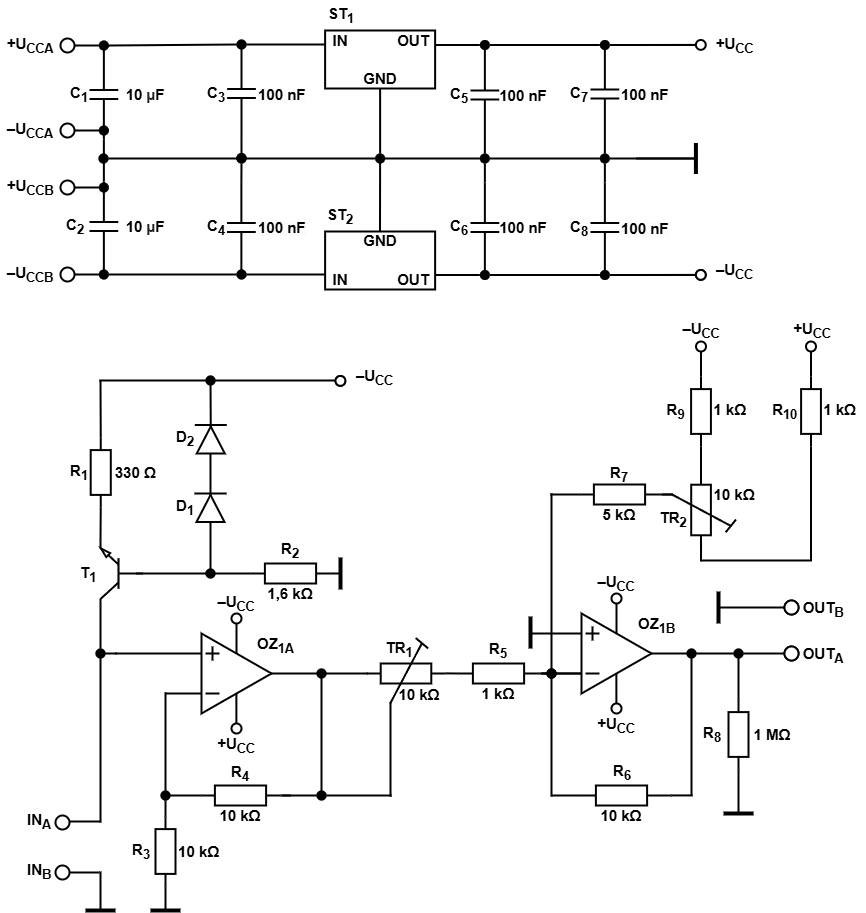
Before: PT100.drawio.png, a diagram exported from draw.io (MarosFandel/Digital-elektronics-1). Source tidied: cells renumbered, new cells last; positions are measured from the earlier drawing's top-left corner, leaving out a move shared by most shapes.
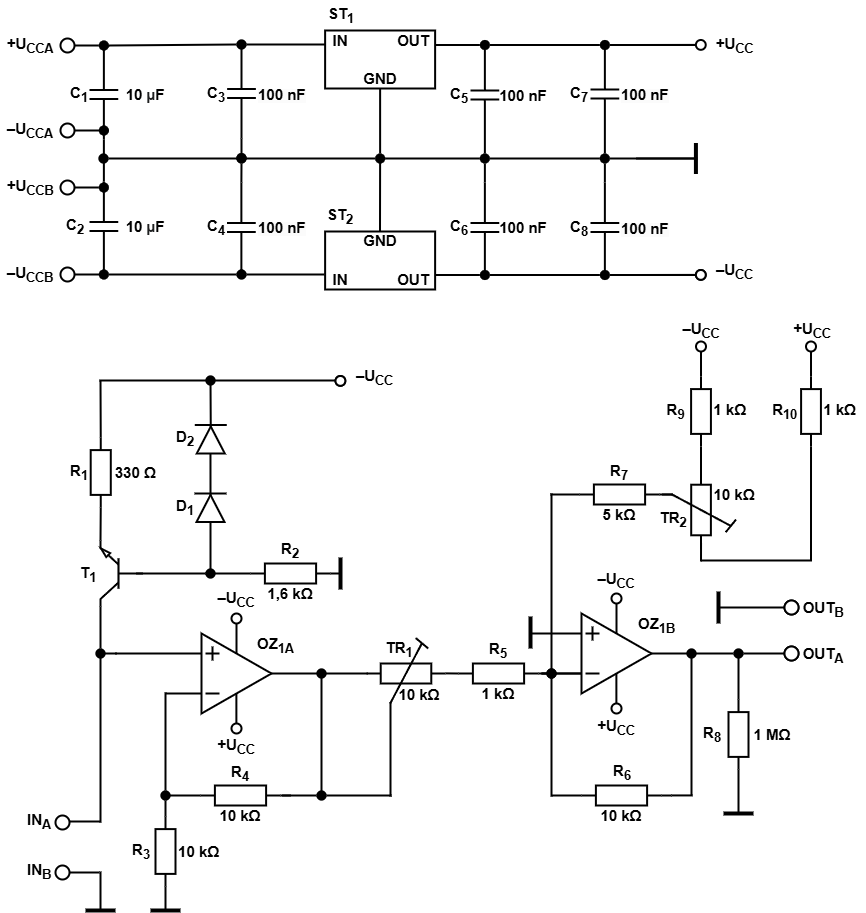
The same file after the commit.

Change to the diagram source:
```diff
@@ -313,10 +313,10 @@
       <mxGeometry x="30" y="140" width="10" height="10" as="geometry" />
     </mxCell>
     <mxCell id="90" value="&lt;font style=&quot;font-size: 15px;&quot;&gt;&lt;b&gt;–U&lt;sub style=&quot;&quot;&gt;CC&lt;/sub&gt;&lt;/b&gt;&lt;/font&gt;" style="text;html=1;align=center;verticalAlign=middle;whiteSpace=wrap;rounded=0;" parent="79" vertex="1">
-      <mxGeometry x="5" width="60" height="40" as="geometry" />
+      <mxGeometry x="5" y="-4" width="60" height="40" as="geometry" />
     </mxCell>
     <mxCell id="91" value="&lt;font style=&quot;font-size: 15px;&quot;&gt;&lt;b&gt;+U&lt;sub style=&quot;&quot;&gt;CC&lt;/sub&gt;&lt;/b&gt;&lt;/font&gt;" style="text;html=1;align=center;verticalAlign=middle;whiteSpace=wrap;rounded=0;" parent="79" vertex="1">
-      <mxGeometry x="5" y="142" width="60" height="40" as="geometry" />
+      <mxGeometry x="5" y="143" width="60" height="40" as="geometry" />
     </mxCell>
     <mxCell id="92" value="&lt;b&gt;&lt;font style=&quot;font-size: 15px;&quot;&gt;OZ&lt;sub&gt;1A&lt;/sub&gt;&lt;/font&gt;&lt;/b&gt;" style="text;html=1;align=left;verticalAlign=middle;whiteSpace=wrap;rounded=0;" parent="79" vertex="1">
       <mxGeometry x="54" y="47" width="60" height="30" as="geometry" />
@@ -452,7 +452,7 @@
       <mxGeometry x="10" width="60" height="70" as="geometry" />
     </mxCell>
     <mxCell id="125" value="&lt;b&gt;&lt;font style=&quot;font-size: 15px;&quot;&gt;R&lt;sub&gt;7&lt;/sub&gt;&lt;/font&gt;&lt;/b&gt;" style="text;html=1;align=center;verticalAlign=middle;whiteSpace=wrap;rounded=0;" parent="124" vertex="1">
-      <mxGeometry width="60" height="30" as="geometry" />
+      <mxGeometry y="-2" width="60" height="30" as="geometry" />
     </mxCell>
     <mxCell id="126" value="&lt;b&gt;&lt;font style=&quot;font-size: 15px;&quot;&gt;5 k&lt;/font&gt;&lt;/b&gt;&lt;b&gt;&lt;font style=&quot;font-size: 15px;&quot;&gt;Ω&lt;/font&gt;&lt;/b&gt;" style="text;html=1;align=center;verticalAlign=middle;whiteSpace=wrap;rounded=0;" parent="124" vertex="1">
       <mxGeometry y="40" width="60" height="30" as="geometry" />
@@ -598,11 +598,8 @@
     <mxCell id="162" style="ellipse;whiteSpace=wrap;html=1;strokeWidth=2;" parent="152" vertex="1">
       <mxGeometry x="30" y="140" width="10" height="10" as="geometry" />
     </mxCell>
-    <mxCell id="163" value="&lt;font style=&quot;font-size: 15px;&quot;&gt;&lt;b&gt;–U&lt;sub style=&quot;&quot;&gt;CC&lt;/sub&gt;&lt;/b&gt;&lt;/font&gt;" style="text;html=1;align=center;verticalAlign=middle;whiteSpace=wrap;rounded=0;" parent="152" vertex="1">
-      <mxGeometry x="5" width="60" height="40" as="geometry" />
-    </mxCell>
     <mxCell id="164" value="&lt;font style=&quot;font-size: 15px;&quot;&gt;&lt;b&gt;+U&lt;sub style=&quot;&quot;&gt;CC&lt;/sub&gt;&lt;/b&gt;&lt;/font&gt;" style="text;html=1;align=center;verticalAlign=middle;whiteSpace=wrap;rounded=0;" parent="152" vertex="1">
-      <mxGeometry x="5" y="142" width="60" height="40" as="geometry" />
+      <mxGeometry x="5" y="144" width="60" height="40" as="geometry" />
     </mxCell>
     <mxCell id="165" style="endArrow=none;html=1;rounded=0;strokeWidth=4;" parent="151" edge="1">
       <mxGeometry relative="1" as="geometry">
@@ -1065,5 +1062,8 @@
     <mxCell id="286" value="&lt;b&gt;&lt;font style=&quot;font-size: 15px;&quot;&gt;R&lt;sub&gt;6&lt;/sub&gt;&lt;/font&gt;&lt;/b&gt;" style="text;html=1;align=center;verticalAlign=middle;whiteSpace=wrap;rounded=0;" parent="1" vertex="1">
       <mxGeometry x="592" y="757" width="60" height="30" as="geometry" />
     </mxCell>
+    <mxCell id="163" value="&lt;font style=&quot;font-size: 15px;&quot;&gt;&lt;b&gt;–U&lt;sub style=&quot;&quot;&gt;CC&lt;/sub&gt;&lt;/b&gt;&lt;/font&gt;" style="text;html=1;align=center;verticalAlign=middle;whiteSpace=wrap;rounded=0;" parent="1" vertex="1">
+      <mxGeometry x="586" y="560" width="60" height="40" as="geometry" />
+    </mxCell>
   </root>
 </mxGraphModel>
```
